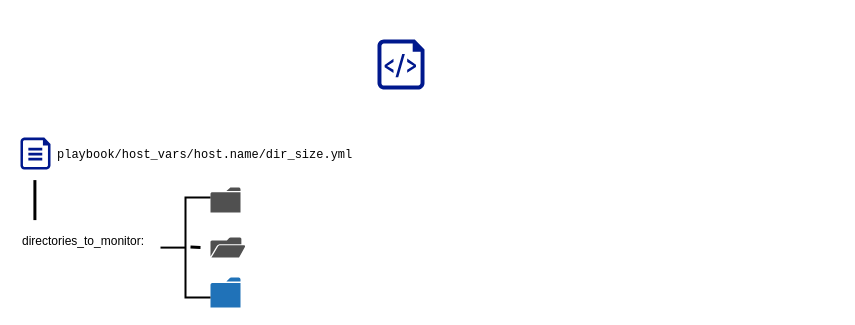
This is Untitled Diagram.drawio from DimitrijaGj/Directory_size_monitoring_textcollector, a draw.io file, before an edit. Source tidied: cells renumbered, new cells numbered last; positions are measured from the earlier drawing's top-left corner, leaving out a move shared by most shapes. Both pictures are drawn from the tidied source at 100%, with x=0, y=0 at pixel (20, 39).
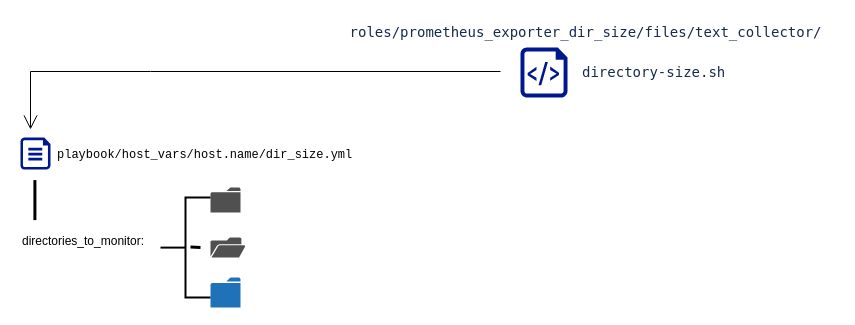
Above is the later version.

Commit message:
arrow animation

Diff of the diagram source:
```diff
@@
 <mxGraphModel>
   <root>
     <mxCell id="0" />
     <mxCell id="1" parent="0" />
     <mxCell id="2" style="sketch=0;shadow=0;dashed=0;html=1;strokeColor=none;fillColor=#505050;labelPosition=center;verticalLabelPosition=bottom;verticalAlign=top;align=center;shape=mxgraph.office.concepts.folder;" parent="1" vertex="1">
       <mxGeometry x="190" y="148.1" width="30" height="25" as="geometry" />
     </mxCell>
     <mxCell id="3" style="sketch=0;shadow=0;dashed=0;html=1;strokeColor=none;fillColor=#505050;labelPosition=center;verticalLabelPosition=bottom;verticalAlign=top;align=center;shape=mxgraph.office.concepts.folder_open;" parent="1" vertex="1">
       <mxGeometry x="190" y="198.1" width="35" height="20" as="geometry" />
     </mxCell>
     <mxCell id="4" style="sketch=0;shadow=0;dashed=0;html=1;strokeColor=none;labelPosition=center;verticalLabelPosition=bottom;verticalAlign=top;align=center;shape=mxgraph.office.concepts.folder;fillColor=#2072B8;" parent="1" vertex="1">
       <mxGeometry x="190" y="238.1" width="30" height="30" as="geometry" />
     </mxCell>
     <mxCell id="5" style="sketch=0;shadow=0;dashed=0;html=1;strokeColor=none;labelPosition=center;verticalLabelPosition=bottom;verticalAlign=top;align=center;fillColor=#00188D;shape=mxgraph.azure.file;" parent="1" vertex="1">
       <mxGeometry y="98.1" width="30" height="31.9" as="geometry" />
     </mxCell>
     <mxCell id="6" value="&lt;pre&gt;&lt;font face=&quot;Courier New&quot;&gt;playbook/host_vars/host.name/dir_size.yml&lt;/font&gt;&lt;/pre&gt;" style="text;whiteSpace=wrap;html=1;" parent="1" vertex="1">
       <mxGeometry x="35" y="90" width="260" height="40" as="geometry" />
     </mxCell>
     <mxCell id="7" style="strokeWidth=2;html=1;shape=mxgraph.flowchart.annotation_2;align=left;labelPosition=right;" parent="1" vertex="1">
       <mxGeometry x="140" y="158.1" width="50" height="100" as="geometry" />
     </mxCell>
     <mxCell id="8" style="endArrow=none;html=1;rounded=0;strokeWidth=3;" parent="1" edge="1">
       <mxGeometry relative="1" as="geometry">
         <mxPoint x="170" y="207.6" as="sourcePoint" />
         <mxPoint x="180" y="208.1" as="targetPoint" />
       </mxGeometry>
     </mxCell>
     <mxCell id="9" value="directories_to_monitor:" style="text;whiteSpace=wrap;html=1;" parent="1" vertex="1">
       <mxGeometry y="188.1" width="160" height="40" as="geometry" />
     </mxCell>
     <mxCell id="10" style="endArrow=none;html=1;rounded=0;strokeWidth=3;" parent="1" edge="1">
       <mxGeometry relative="1" as="geometry">
         <mxPoint x="14.4" y="180.6" as="sourcePoint" />
         <mxPoint x="14.4" y="140.6" as="targetPoint" />
       </mxGeometry>
     </mxCell>
     <mxCell id="11" style="sketch=0;shadow=0;dashed=0;html=1;strokeColor=none;labelPosition=center;verticalLabelPosition=bottom;verticalAlign=top;align=center;fillColor=#00188D;shape=mxgraph.azure.script_file;" parent="1" vertex="1">
-      <mxGeometry x="357" width="47" height="50" as="geometry" />
+      <mxGeometry x="500" y="8" width="47" height="50" as="geometry" />
     </mxCell>
+    <mxCell id="12" value="&lt;code style=&quot;font-family: SFMono-Medium, &amp;quot;SF Mono&amp;quot;, &amp;quot;Segoe UI Mono&amp;quot;, &amp;quot;Roboto Mono&amp;quot;, &amp;quot;Ubuntu Mono&amp;quot;, Menlo, Courier, monospace; color: rgb(23, 43, 77); font-size: 14px; text-align: start; text-wrap: wrap; background-color: rgb(255, 255, 255);&quot;&gt;roles/prometheus_exporter_dir_size/files/text_collector/&lt;/code&gt;&lt;span style=&quot;color: rgb(23, 43, 77); font-family: -apple-system, &amp;quot;system-ui&amp;quot;, &amp;quot;Segoe UI&amp;quot;, Roboto, Oxygen, Ubuntu, &amp;quot;Fira Sans&amp;quot;, &amp;quot;Droid Sans&amp;quot;, &amp;quot;Helvetica Neue&amp;quot;, sans-serif; font-size: 14px; text-align: start; text-wrap: wrap; background-color: rgb(255, 255, 255);&quot;&gt;&amp;nbsp;&lt;/span&gt;" style="text;html=1;align=center;verticalAlign=middle;strokeColor=none;fillColor=none;" parent="1" vertex="1">
+      <mxGeometry x="317" y="-22" width="500" height="30" as="geometry" />
+    </mxCell>
+    <mxCell id="13" value="&lt;span style=&quot;color: rgb(23, 43, 77); font-family: SFMono-Medium, &amp;quot;SF Mono&amp;quot;, &amp;quot;Segoe UI Mono&amp;quot;, &amp;quot;Roboto Mono&amp;quot;, &amp;quot;Ubuntu Mono&amp;quot;, Menlo, Courier, monospace; font-size: 14px; font-style: normal; font-variant-ligatures: normal; font-variant-caps: normal; font-weight: 400; letter-spacing: normal; orphans: 2; text-align: start; text-indent: 0px; text-transform: none; widows: 2; word-spacing: 0px; -webkit-text-stroke-width: 0px; white-space: normal; background-color: rgb(255, 255, 255); text-decoration-thickness: initial; text-decoration-style: initial; text-decoration-color: initial; display: inline !important; float: none;&quot;&gt;directory-size.sh&lt;/span&gt;" style="text;whiteSpace=wrap;html=1;" parent="1" vertex="1">
+      <mxGeometry x="560" y="18" width="180" height="40" as="geometry" />
+    </mxCell>
+    <mxCell id="14" style="endArrow=open;endFill=1;endSize=12;html=1;rounded=0;flowAnimation=1;" parent="1" edge="1">
+      <mxGeometry relative="1" as="geometry">
+        <mxPoint x="480" y="32" as="sourcePoint" />
+        <mxPoint x="10" y="90" as="targetPoint" />
+        <Array as="points">
+          <mxPoint x="130" y="32" />
+          <mxPoint x="10" y="32" />
+        </Array>
+      </mxGeometry>
+    </mxCell>
   </root>
 </mxGraphModel>
```
